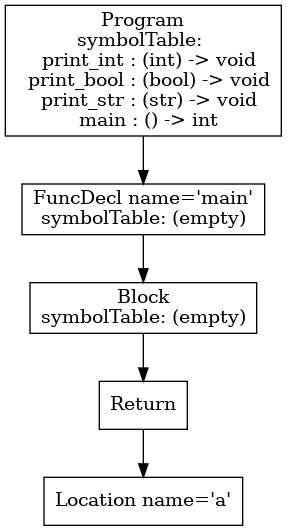
Before: ast.png, a diagram exported from Graphviz (vtstew/p3-analysis). Its source is kept beside it as ast.dot.
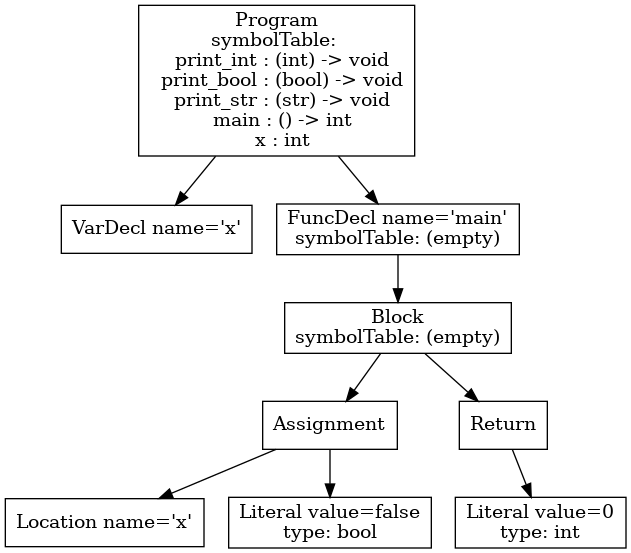
After the commit.

The edit, as a diff of the source:
```diff
@@ -1,11 +1,19 @@
 digraph AST {
-4 [shape=box, label="Location name='a'"];
-3 [shape=box, label="Return"];
+1 [shape=box, label="VarDecl name='x'"];
+5 [shape=box, label="Location name='x'"];
+6 [shape=box, label="Literal value=false\ntype: bool"];
+4 [shape=box, label="Assignment"];
+4 -> 5;
+4 -> 6;
+8 [shape=box, label="Literal value=0\ntype: int"];
+7 [shape=box, label="Return"];
+7 -> 8;
+3 [shape=box, label="Block\nsymbolTable: (empty)"];
 3 -> 4;
-2 [shape=box, label="Block\nsymbolTable: (empty)"];
+3 -> 7;
+2 [shape=box, label="FuncDecl name='main'\nsymbolTable: (empty)"];
 2 -> 3;
-1 [shape=box, label="FuncDecl name='main'\nsymbolTable: (empty)"];
-1 -> 2;
-0 [shape=box, label="Program\nsymbolTable: \n  print_int : (int) -> void\n  print_bool : (bool) -> void\n  print_str : (str) -> void\n  main : () -> int"];
+0 [shape=box, label="Program\nsymbolTable: \n  print_int : (int) -> void\n  print_bool : (bool) -> void\n  print_str : (str) -> void\n  main : () -> int\n  x : int"];
 0 -> 1;
+0 -> 2;
 }
```
